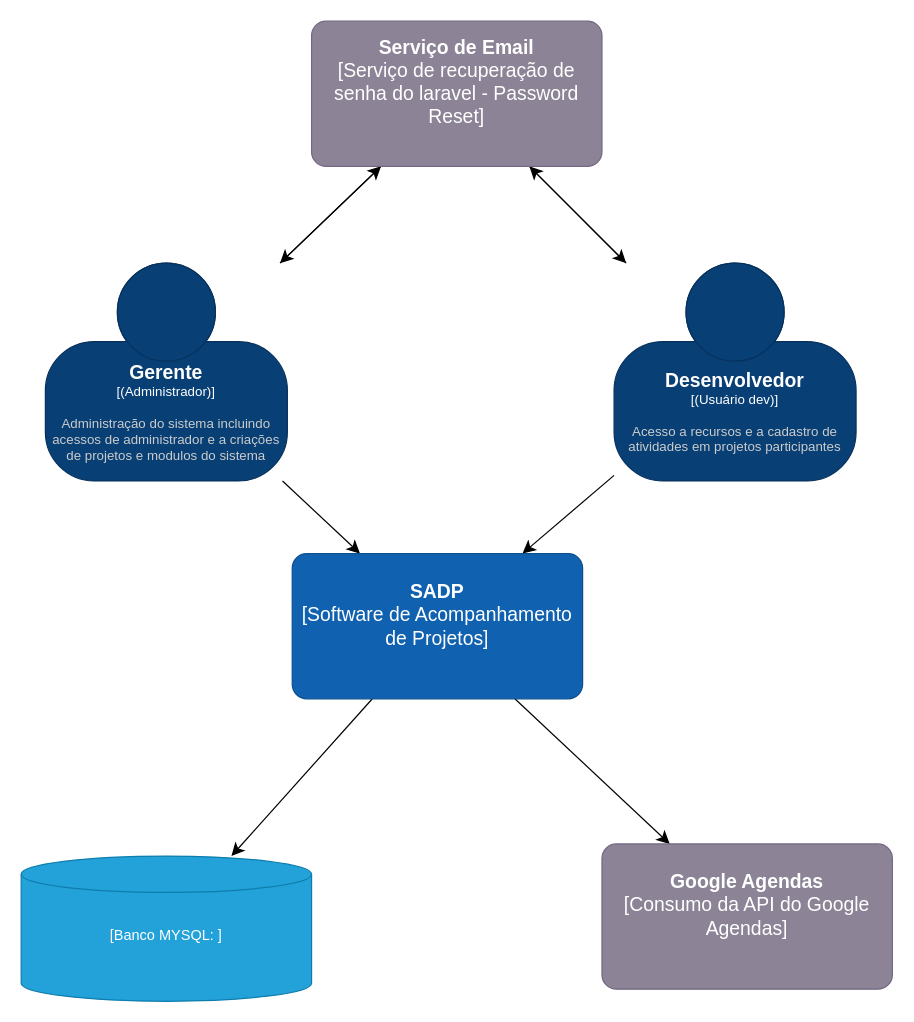
FlavioCandidoSilva/2020_1_POO keeps this draw.io diagram as Questões/Diagrama sem nome.drawio. Above is the earlier version. Source tidied: cells renumbered, new cells numbered last; positions are measured from the earlier drawing's top-left corner, leaving out a move shared by most shapes. Both pictures are drawn from the tidied source at 121%, with x=0, y=0 at pixel (21, 21).
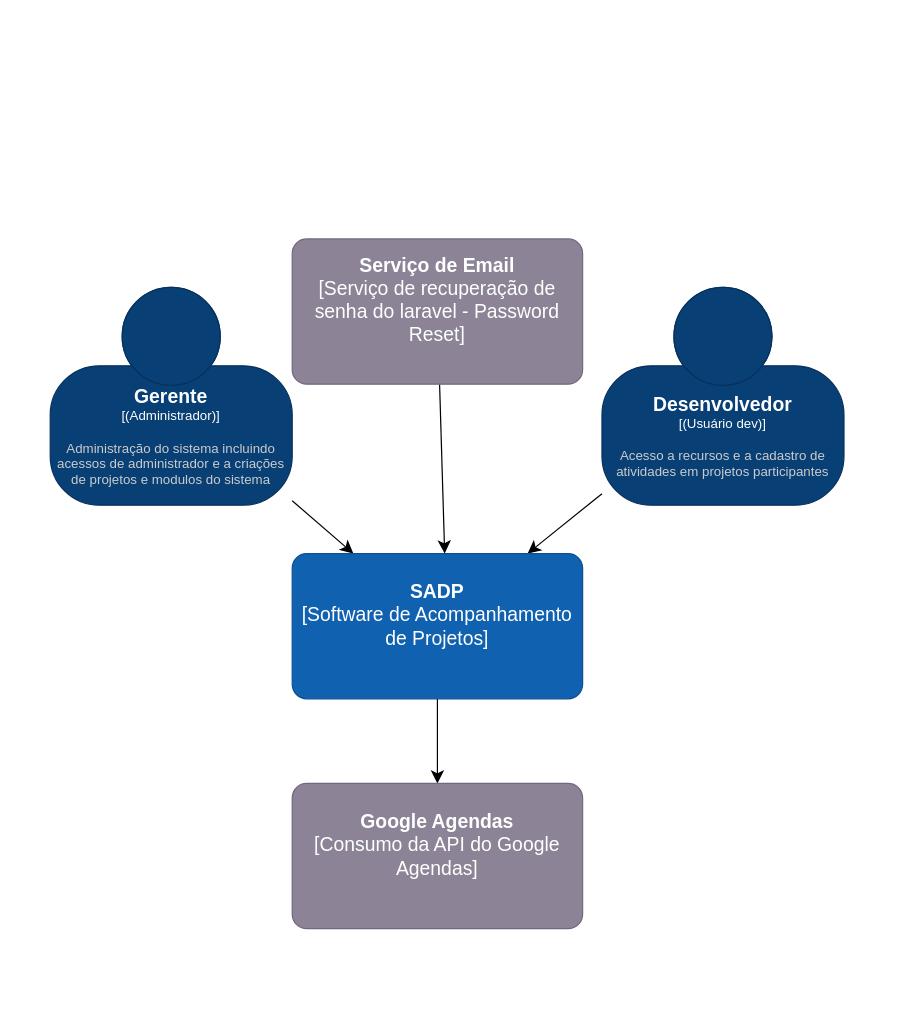
The same page after the edit.

Diff of the diagram source:
```diff
@@
 <mxGraphModel>
   <root>
     <mxCell id="0" />
     <mxCell id="1" parent="0" />
     <mxCell id="2" style="edgeStyle=none;curved=1;rounded=0;jettySize=auto;html=1;fontSize=12;startSize=8;endSize=8;" parent="1" edge="1" source="4" target="10">
       <mxGeometry relative="1" as="geometry" />
     </mxCell>
-    <mxCell id="3" style="edgeStyle=none;curved=1;rounded=0;jettySize=auto;html=1;fontSize=12;startSize=8;endSize=8;" parent="1" edge="1" source="4" target="15">
-      <mxGeometry relative="1" as="geometry" />
-    </mxCell>
     <object id="4" label="&lt;font style=&quot;font-size: 16px&quot;&gt;&lt;b&gt;%c4Name%&lt;/b&gt;&lt;/font&gt;&lt;div&gt;[%c4Type%]&lt;/div&gt;&lt;br&gt;&lt;div&gt;&lt;font style=&quot;font-size: 11px&quot;&gt;&lt;font color=&quot;#cccccc&quot;&gt;%c4Description%&lt;/font&gt;&lt;/div&gt;" c4Description="Administração do sistema incluindo acessos de administrador e a criações de projetos e modulos do sistema " c4Name="Gerente " c4Type="(Administrador)" placeholders="1">
       <mxCell style="html=1;fontSize=11;dashed=0;whiteSpace=wrap;fillColor=#083F75;strokeColor=#06315C;fontColor=#ffffff;shape=mxgraph.c4.person2;align=center;points=[[0.5,0,0],[1,0.5,0],[1,0.75,0],[0.75,1,0],[0.5,1,0],[0.25,1,0],[0,0.75,0],[0,0.5,0]];" parent="1" vertex="1">
-        <mxGeometry x="20" y="200" width="200" height="180" as="geometry" />
+        <mxGeometry x="24" y="220" width="200" height="180" as="geometry" />
       </mxCell>
     </object>
     <mxCell id="5" style="edgeStyle=none;curved=1;rounded=0;jettySize=auto;html=1;fontSize=12;startSize=8;endSize=8;" parent="1" edge="1" source="7" target="10">
       <mxGeometry relative="1" as="geometry" />
     </mxCell>
-    <mxCell id="6" style="edgeStyle=none;curved=1;rounded=0;jettySize=auto;html=1;entryX=0.75;entryY=1;entryDx=0;entryDy=0;entryPerimeter=0;fontSize=12;startSize=8;endSize=8;" parent="1" edge="1" source="7" target="15">
-      <mxGeometry relative="1" as="geometry" />
-    </mxCell>
     <object id="7" label="&lt;font style=&quot;font-size: 16px&quot;&gt;&lt;b&gt;%c4Name%&lt;/b&gt;&lt;/font&gt;&lt;div&gt;[%c4Type%]&lt;/div&gt;&lt;br&gt;&lt;div&gt;&lt;font style=&quot;font-size: 11px&quot;&gt;&lt;font color=&quot;#cccccc&quot;&gt;%c4Description%&lt;/font&gt;&lt;/div&gt;" c4Description="Acesso a recursos e a cadastro de atividades em projetos participantes " c4Name="Desenvolvedor " c4Type="(Usuário dev)" placeholders="1">
       <mxCell style="html=1;fontSize=11;dashed=0;whiteSpace=wrap;fillColor=#083F75;strokeColor=#06315C;fontColor=#ffffff;shape=mxgraph.c4.person2;align=center;points=[[0.5,0,0],[1,0.5,0],[1,0.75,0],[0.75,1,0],[0.5,1,0],[0.25,1,0],[0,0.75,0],[0,0.5,0]];" parent="1" vertex="1">
-        <mxGeometry x="490" y="200" width="200" height="180" as="geometry" />
+        <mxGeometry x="480" y="220" width="200" height="180" as="geometry" />
       </mxCell>
     </object>
-    <mxCell id="8" style="edgeStyle=none;curved=1;rounded=0;jettySize=auto;html=1;fontSize=12;startSize=8;endSize=8;" parent="1" edge="1" source="10" target="11">
-      <mxGeometry relative="1" as="geometry" />
-    </mxCell>
     <mxCell id="9" style="edgeStyle=none;curved=1;rounded=0;jettySize=auto;html=1;fontSize=12;startSize=8;endSize=8;" parent="1" edge="1" source="10" target="12">
       <mxGeometry relative="1" as="geometry" />
     </mxCell>
     <object id="10" label="&lt;font style=&quot;font-size: 16px&quot;&gt;&lt;b&gt;%c4Name%&lt;/b&gt;&lt;/font&gt;&lt;div&gt;[%c4Type%]&lt;/div&gt;&lt;br&gt;&lt;div&gt;&lt;font style=&quot;font-size: 11px&quot;&gt;&lt;font color=&quot;#cccccc&quot;&gt;%c4Description%&lt;/font&gt;&lt;/div&gt;" c4Description="" c4Name="SADP" c4Type="Software de Acompanhamento de Projetos" placeholders="1">
       <mxCell style="rounded=1;whiteSpace=wrap;html=1;labelBackgroundColor=none;fillColor=#1061B0;fontColor=#ffffff;align=center;arcSize=10;strokeColor=#0D5091;points=[[0.25,0,0],[0.5,0,0],[0.75,0,0],[1,0.25,0],[1,0.5,0],[1,0.75,0],[0.75,1,0],[0.5,1,0],[0.25,1,0],[0,0.75,0],[0,0.5,0],[0,0.25,0]];fontSize=16;" parent="1" vertex="1">
         <mxGeometry x="224" y="440" width="240" height="120" as="geometry" />
       </mxCell>
     </object>
-    <object id="11" label="&lt;font style=&quot;font-size: 16px&quot;&gt;&lt;b&gt;%c4Type%&lt;/b&gt;&lt;/font&gt;&lt;div&gt;[%c4Container%:&amp;nbsp;%c4Technology%]&lt;/div&gt;&lt;br&gt;&lt;div&gt;&lt;font style=&quot;font-size: 11px&quot;&gt;&lt;font color=&quot;#E6E6E6&quot;&gt;%c4Description%&lt;/font&gt;&lt;/div&gt;" c4Container="Banco MYSQL" c4Description="" c4Technology="" c4Type="" placeholders="1">
-      <mxCell style="shape=cylinder3;size=15;whiteSpace=wrap;html=1;boundedLbl=1;rounded=0;labelBackgroundColor=none;fillColor=#23A2D9;fontSize=12;fontColor=#ffffff;align=center;strokeColor=#0E7DAD;points=[[0.5,0,0],[1,0.25,0],[1,0.5,0],[1,0.75,0],[0.5,1,0],[0,0.75,0],[0,0.5,0],[0,0.25,0]];" parent="1" vertex="1">
-        <mxGeometry y="690" width="240" height="120" as="geometry" />
-      </mxCell>
-    </object>
     <object id="12" label="&lt;font style=&quot;font-size: 16px&quot;&gt;&lt;b&gt;%c4Name%&lt;/b&gt;&lt;/font&gt;&lt;div&gt;[%c4Type%]&lt;/div&gt;&lt;br&gt;&lt;div&gt;&lt;font style=&quot;font-size: 11px&quot;&gt;&lt;font color=&quot;#cccccc&quot;&gt;%c4Description%&lt;/font&gt;&lt;/div&gt;" c4Description="" c4Name="Google Agendas" c4Type="Consumo da API do Google Agendas" placeholders="1">
       <mxCell style="rounded=1;whiteSpace=wrap;html=1;labelBackgroundColor=none;fillColor=#8C8496;fontColor=#ffffff;align=center;arcSize=10;strokeColor=#736782;points=[[0.25,0,0],[0.5,0,0],[0.75,0,0],[1,0.25,0],[1,0.5,0],[1,0.75,0],[0.75,1,0],[0.5,1,0],[0.25,1,0],[0,0.75,0],[0,0.5,0],[0,0.25,0]];fontSize=16;" parent="1" vertex="1">
-        <mxGeometry x="480" y="680" width="240" height="120" as="geometry" />
+        <mxGeometry x="224" y="630" width="240" height="120" as="geometry" />
       </mxCell>
     </object>
-    <mxCell id="13" style="edgeStyle=none;curved=1;rounded=0;jettySize=auto;html=1;fontSize=12;startSize=8;endSize=8;" parent="1" edge="1" source="15" target="4">
-      <mxGeometry relative="1" as="geometry" />
-    </mxCell>
-    <mxCell id="14" style="edgeStyle=none;curved=1;rounded=0;jettySize=auto;html=1;fontSize=12;startSize=8;endSize=8;" parent="1" edge="1" source="15" target="7">
-      <mxGeometry relative="1" as="geometry" />
-    </mxCell>
+    <mxCell id="16" style="edgeStyle=none;curved=1;rounded=0;jettySize=auto;html=1;fontSize=12;startSize=8;endSize=8;" parent="1" edge="1" source="15">
+      <mxGeometry relative="1" as="geometry">
+        <mxPoint x="350" y="440" as="targetPoint" />
+      </mxGeometry>
+    </mxCell>
     <object id="15" label="&lt;font style=&quot;font-size: 16px&quot;&gt;&lt;b&gt;%c4Name%&lt;/b&gt;&lt;/font&gt;&lt;div&gt;[%c4Type%]&lt;/div&gt;&lt;br&gt;&lt;div&gt;&lt;font style=&quot;font-size: 11px&quot;&gt;&lt;font color=&quot;#cccccc&quot;&gt;%c4Description%&lt;/font&gt;&lt;/div&gt;" c4Description="" c4Name="Serviço de Email" c4Type="Serviço de recuperação de senha do laravel - Password Reset" placeholders="1">
       <mxCell style="rounded=1;whiteSpace=wrap;html=1;labelBackgroundColor=none;fillColor=#8C8496;fontColor=#ffffff;align=center;arcSize=10;strokeColor=#736782;points=[[0.25,0,0],[0.5,0,0],[0.75,0,0],[1,0.25,0],[1,0.5,0],[1,0.75,0],[0.75,1,0],[0.5,1,0],[0.25,1,0],[0,0.75,0],[0,0.5,0],[0,0.25,0]];fontSize=16;" parent="1" vertex="1">
-        <mxGeometry x="240" width="240" height="120" as="geometry" />
+        <mxGeometry x="224" y="180" width="240" height="120" as="geometry" />
       </mxCell>
     </object>
   </root>
 </mxGraphModel>
```
